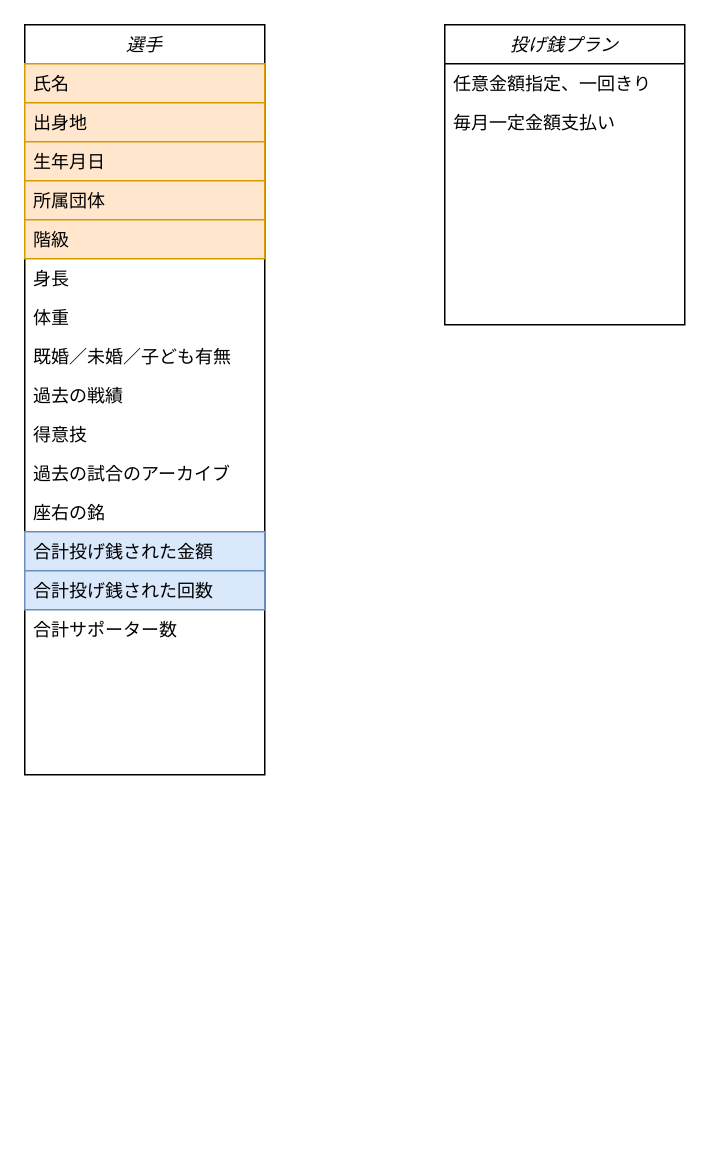
The draw.io diagram oshikaku.drawio in yokohrk/oshikaku, before the edit. Source tidied: cells renumbered, new cells numbered last; positions are measured from the earlier drawing's top-left corner, leaving out a move shared by most shapes. Both pictures are drawn from the tidied source at 150%, with x=0, y=0 at pixel (24, 24).
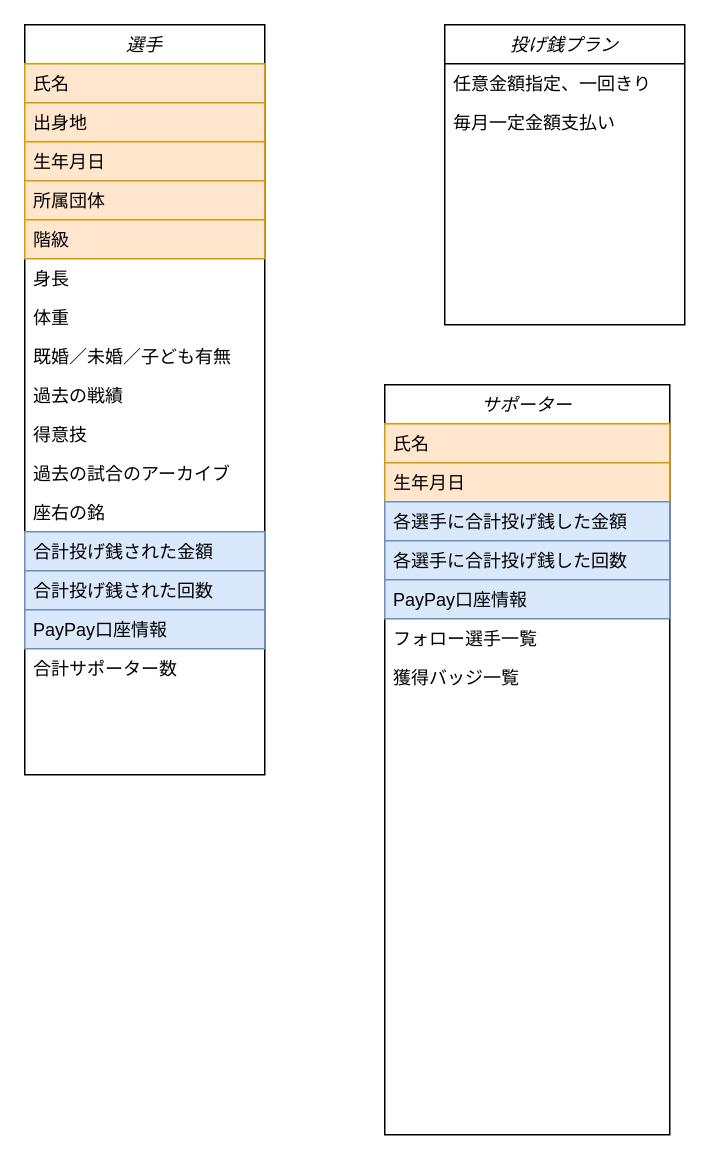
Above is the later version.

The change refers to these unchanged cells:
```xml
<mxCell id="2" value="選手" style="swimlane;fontStyle=2;align=center;verticalAlign=top;horizontal=1;startSize=26;rounded=0;shadow=0;strokeWidth=1;" parent="1" vertex="1">
  <mxGeometry width="160" height="500" as="geometry" />
</mxCell>
```

Diff of the diagram source:
```diff
@@
+    <mxCell id="21" value="PayPay口座情報" style="text;align=left;verticalAlign=top;spacingLeft=4;spacingRight=4;overflow=hidden;rounded=0;shadow=0;html=0;fillColor=#dae8fc;strokeColor=#6c8ebf;" parent="2" vertex="1">
+      <mxGeometry y="390" width="160" height="26" as="geometry" />
+    </mxCell>
     <mxCell id="17" value="合計サポーター数" style="text;align=left;verticalAlign=top;spacingLeft=4;spacingRight=4;overflow=hidden;rounded=0;shadow=0;html=0;" parent="2" vertex="1">
-      <mxGeometry y="390" width="160" height="26" as="geometry" />
+      <mxGeometry y="416" width="160" height="26" as="geometry" />
     </mxCell>
@@
+    <mxCell id="22" value="サポーター" style="swimlane;fontStyle=2;align=center;verticalAlign=top;horizontal=1;startSize=26;rounded=0;shadow=0;strokeWidth=1;" parent="1" vertex="1">
+      <mxGeometry x="240" y="240" width="190" height="500" as="geometry" />
+    </mxCell>
+    <mxCell id="23" value="氏名" style="text;align=left;verticalAlign=top;spacingLeft=4;spacingRight=4;overflow=hidden;fillColor=#ffe6cc;strokeColor=#d79b00;" parent="22" vertex="1">
+      <mxGeometry y="26" width="190" height="26" as="geometry" />
+    </mxCell>
+    <mxCell id="24" value="生年月日" style="text;align=left;verticalAlign=top;spacingLeft=4;spacingRight=4;overflow=hidden;rounded=0;shadow=0;html=0;fillColor=#ffe6cc;strokeColor=#d79b00;" parent="22" vertex="1">
+      <mxGeometry y="52" width="190" height="26" as="geometry" />
+    </mxCell>
+    <mxCell id="25" value="各選手に合計投げ銭した金額" style="text;align=left;verticalAlign=top;spacingLeft=4;spacingRight=4;overflow=hidden;rounded=0;shadow=0;html=0;fillColor=#dae8fc;strokeColor=#6c8ebf;" parent="22" vertex="1">
+      <mxGeometry y="78" width="190" height="26" as="geometry" />
+    </mxCell>
+    <mxCell id="26" value="各選手に合計投げ銭した回数" style="text;align=left;verticalAlign=top;spacingLeft=4;spacingRight=4;overflow=hidden;rounded=0;shadow=0;html=0;fillColor=#dae8fc;strokeColor=#6c8ebf;" parent="22" vertex="1">
+      <mxGeometry y="104" width="190" height="26" as="geometry" />
+    </mxCell>
+    <mxCell id="27" value="PayPay口座情報" style="text;align=left;verticalAlign=top;spacingLeft=4;spacingRight=4;overflow=hidden;rounded=0;shadow=0;html=0;fillColor=#dae8fc;strokeColor=#6c8ebf;" parent="22" vertex="1">
+      <mxGeometry y="130" width="190" height="26" as="geometry" />
+    </mxCell>
+    <mxCell id="28" value="フォロー選手一覧" style="text;align=left;verticalAlign=top;spacingLeft=4;spacingRight=4;overflow=hidden;rounded=0;shadow=0;html=0;" parent="22" vertex="1">
+      <mxGeometry y="156" width="190" height="26" as="geometry" />
+    </mxCell>
+    <mxCell id="29" value="獲得バッジ一覧" style="text;align=left;verticalAlign=top;spacingLeft=4;spacingRight=4;overflow=hidden;rounded=0;shadow=0;html=0;" parent="22" vertex="1">
+      <mxGeometry y="182" width="190" height="26" as="geometry" />
+    </mxCell>
```
